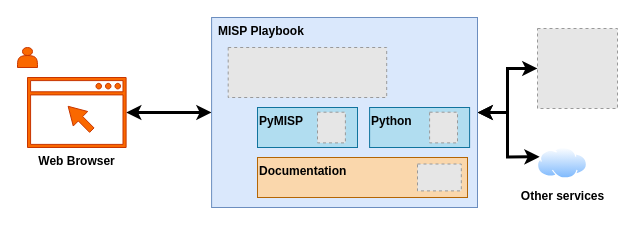
Before: documentation/assets/playbook-documentation.drawio in MISP/misp-playbooks, a draw.io diagram. Source tidied: cells renumbered, new cells numbered last; positions are measured from the earlier drawing's top-left corner, leaving out a move shared by most shapes. Both pictures are drawn from the tidied source at 100%, with x=0, y=0 at pixel (17, 17). Pictures stored in the file or linked from it are replaced by grey dashed boxes.
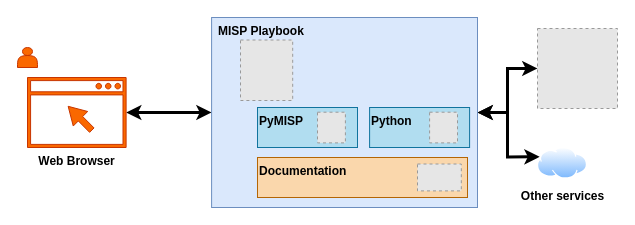
Above is the later version.

Commit message (it also covers changes not shown here):
Playbook "Create a custom MISP warninglist"

The edit, as a diff of the source:
```diff
@@
 <mxGraphModel>
   <root>
     <mxCell id="0" />
     <mxCell id="1" parent="0" />
     <mxCell id="2" style="fillColor=#E6E6E6;strokeColor=#999999;dashed=1;verticalLabelPosition=bottom;labelBackgroundColor=default;verticalAlign=top;" parent="1" vertex="1">
       <mxGeometry x="520" y="11" width="80" height="80" as="geometry" />
     </mxCell>
     <mxCell id="3" style="edgeStyle=orthogonalEdgeStyle;rounded=0;jettySize=auto;html=1;exitX=1;exitY=0.5;exitDx=0;exitDy=0;startArrow=classic;startFill=1;strokeWidth=3;" parent="1" edge="1" source="6" target="2">
       <mxGeometry relative="1" as="geometry" />
     </mxCell>
     <mxCell id="4" style="edgeStyle=orthogonalEdgeStyle;rounded=0;jettySize=auto;html=1;exitX=1;exitY=0.5;exitDx=0;exitDy=0;entryX=0;entryY=0.25;entryDx=0;entryDy=0;startArrow=classic;startFill=1;strokeWidth=3;" parent="1" edge="1" source="6" target="17">
       <mxGeometry relative="1" as="geometry" />
     </mxCell>
     <mxCell id="5" style="edgeStyle=orthogonalEdgeStyle;rounded=0;jettySize=auto;html=1;exitX=0;exitY=0.5;exitDx=0;exitDy=0;fontSize=12;startArrow=classic;startFill=1;strokeWidth=3;" parent="1" edge="1" source="6" target="18">
       <mxGeometry relative="1" as="geometry" />
     </mxCell>
     <mxCell id="6" value="&lt;span style=&quot;font-weight: 700;&quot;&gt;MISP Playbook&lt;/span&gt;" style="rounded=0;whiteSpace=wrap;html=1;fillColor=#dae8fc;strokeColor=#6c8ebf;align=left;verticalAlign=top;spacingLeft=5;" parent="1" vertex="1">
       <mxGeometry x="194.1" width="265.9" height="190" as="geometry" />
     </mxCell>
-    <mxCell id="7" style="fillColor=#E6E6E6;strokeColor=#999999;dashed=1;verticalLabelPosition=bottom;labelBackgroundColor=default;verticalAlign=top;" parent="1" vertex="1">
-      <mxGeometry x="210.7" y="30" width="158.5" height="50" as="geometry" />
-    </mxCell>
     <mxCell id="8" style="group;fillColor=#1ba1e2;fontColor=#ffffff;strokeColor=#006EAF;" parent="1" vertex="1">
       <mxGeometry x="240" y="90" width="100" height="40" as="geometry" />
     </mxCell>
     <mxCell id="9" value="&lt;b&gt;PyMISP&lt;/b&gt;" style="rounded=0;whiteSpace=wrap;html=1;fillColor=#b1ddf0;strokeColor=#10739e;align=left;verticalAlign=top;" parent="8" vertex="1">
       <mxGeometry width="100" height="40" as="geometry" />
     </mxCell>
     <mxCell id="10" style="fillColor=#E6E6E6;strokeColor=#999999;dashed=1;verticalLabelPosition=bottom;labelBackgroundColor=default;verticalAlign=top;" parent="8" vertex="1">
       <mxGeometry x="60" y="4.7" width="27.9" height="30.7" as="geometry" />
     </mxCell>
     <mxCell id="11" style="group;" parent="1" vertex="1">
       <mxGeometry x="352.1" y="90" width="100" height="40" as="geometry" />
     </mxCell>
     <mxCell id="12" value="&lt;b&gt;Python&lt;/b&gt;" style="rounded=0;whiteSpace=wrap;html=1;fillColor=#b1ddf0;strokeColor=#10739e;align=left;verticalAlign=top;" parent="11" vertex="1">
       <mxGeometry width="100" height="40" as="geometry" />
     </mxCell>
     <mxCell id="13" style="fillColor=#E6E6E6;strokeColor=#999999;dashed=1;verticalLabelPosition=bottom;labelBackgroundColor=default;verticalAlign=top;" parent="11" vertex="1">
       <mxGeometry x="60" y="4.7" width="27.9" height="30.7" as="geometry" />
     </mxCell>
     <mxCell id="14" style="edgeStyle=orthogonalEdgeStyle;rounded=0;orthogonalLoop=1;jettySize=auto;html=1;exitX=0.5;exitY=1;exitDx=0;exitDy=0;" parent="11" edge="1" source="12" target="12">
       <mxGeometry relative="1" as="geometry" />
     </mxCell>
     <mxCell id="15" value="&lt;b&gt;Documentation&lt;/b&gt;" style="rounded=0;whiteSpace=wrap;html=1;fillColor=#fad7ac;strokeColor=#b46504;align=left;verticalAlign=top;" parent="1" vertex="1">
       <mxGeometry x="240" y="140" width="210" height="40" as="geometry" />
     </mxCell>
     <mxCell id="16" style="fillColor=#E6E6E6;strokeColor=#999999;dashed=1;verticalLabelPosition=bottom;labelBackgroundColor=default;verticalAlign=top;" parent="1" vertex="1">
       <mxGeometry x="400" y="146.5" width="43.8" height="26.9" as="geometry" />
     </mxCell>
     <mxCell id="17" value="Other services" style="perimeter=ellipsePerimeter;html=1;align=center;shadow=0;dashed=0;spacingTop=3;image;image=img/lib/active_directory/internet_cloud.svg;fontStyle=1;" parent="1" vertex="1">
       <mxGeometry x="520" y="130" width="50" height="31.5" as="geometry" />
     </mxCell>
     <mxCell id="18" value="Web Browser" style="sketch=0;shadow=0;dashed=0;html=1;strokeColor=#C73500;fillColor=#fa6800;labelPosition=center;verticalLabelPosition=bottom;verticalAlign=top;align=center;outlineConnect=0;shape=mxgraph.vvd.web_browser;fontSize=12;fontStyle=1;fontColor=#000000;" parent="1" vertex="1">
       <mxGeometry x="10" y="60" width="98.6" height="70" as="geometry" />
     </mxCell>
     <mxCell id="19" style="shape=actor;whiteSpace=wrap;html=1;fontSize=8;fillColor=#fa6800;fontColor=#000000;strokeColor=#C73500;" parent="1" vertex="1">
       <mxGeometry y="30" width="20" height="20" as="geometry" />
     </mxCell>
+    <mxCell id="20" style="fillColor=#E6E6E6;strokeColor=#999999;dashed=1;verticalLabelPosition=bottom;labelBackgroundColor=default;verticalAlign=top;" parent="1" vertex="1">
+      <mxGeometry x="223" y="22.5" width="52.2" height="60.5" as="geometry" />
+    </mxCell>
   </root>
 </mxGraphModel>
```
